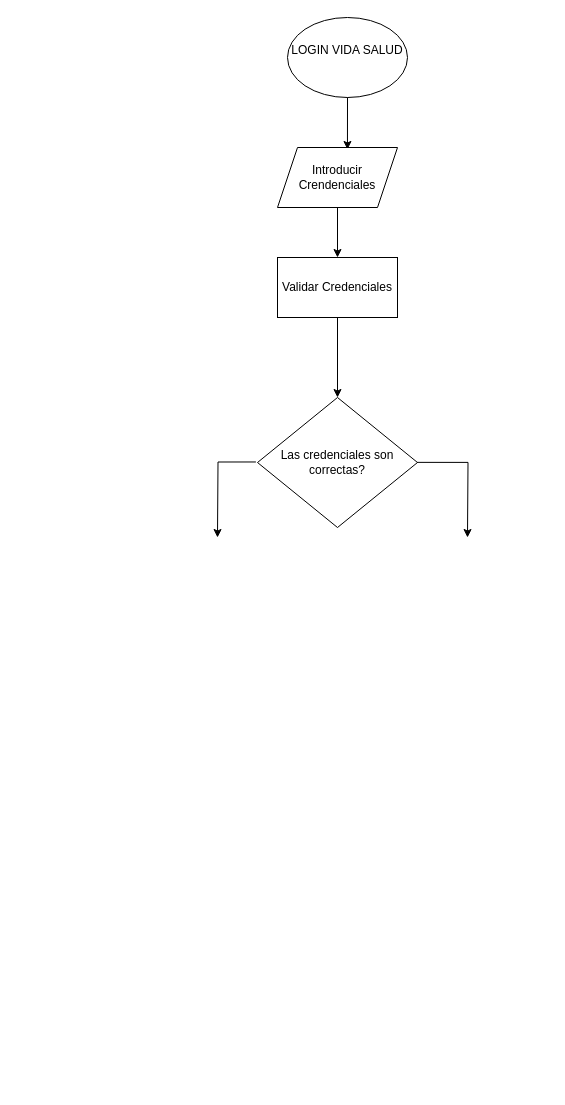
The draw.io diagram DiagramaDeFlujoVidaSalud.drawio in joaonunez/diagramasClase, before the edit. Source tidied: cells renumbered, new cells numbered last; positions are measured from the earlier drawing's top-left corner, leaving out a move shared by most shapes. Both pictures are drawn from the tidied source at 100%, with x=0, y=0 at pixel (217, 17).
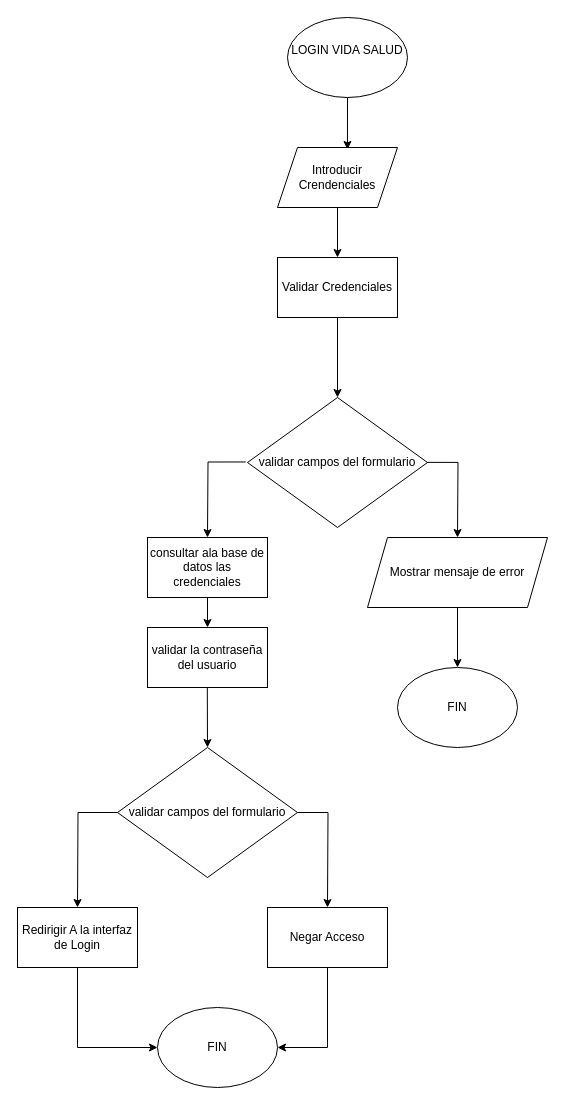
Above is the later version.

The change refers to these unchanged cells:
```xml
<mxCell id="5" value="Validar Credenciales" style="rounded=0;whiteSpace=wrap;html=1;" parent="1" vertex="1">
  <mxGeometry x="60" y="240" width="120" height="60" as="geometry" />
</mxCell>
```

Diff of the diagram source:
```diff
@@
-    <mxCell id="2" value="Las credenciales son correctas?" style="rhombus;whiteSpace=wrap;html=1;" parent="1" vertex="1">
-      <mxGeometry x="40" y="380" width="160" height="130" as="geometry" />
+    <mxCell id="2" value="validar campos del formulario" style="rhombus;whiteSpace=wrap;html=1;" parent="1" vertex="1">
+      <mxGeometry x="30" y="380" width="180" height="130" as="geometry" />
     </mxCell>
@@
-    <mxCell id="8" style="endArrow=classic;html=1;rounded=0;exitX=0.5;exitY=1;exitDx=0;exitDy=0;entryX=0.5;entryY=0;entryDx=0;entryDy=0;" parent="1" edge="1" source="5" target="2">
+    <mxCell id="8" style="endArrow=classic;html=1;rounded=0;entryX=0.5;entryY=0;entryDx=0;entryDy=0;exitX=0.5;exitY=1;exitDx=0;exitDy=0;" parent="1" edge="1" source="5" target="2">
       <mxGeometry relative="1" as="geometry" />
     </mxCell>
     <mxCell id="9" style="endArrow=classic;html=1;rounded=0;exitX=-0.01;exitY=0.496;exitDx=0;exitDy=0;exitPerimeter=0;edgeStyle=orthogonalEdgeStyle;" parent="1" edge="1" source="2">
       <mxGeometry relative="1" as="geometry">
-        <mxPoint y="520" as="targetPoint" />
+        <mxPoint x="-10" y="520" as="targetPoint" />
       </mxGeometry>
     </mxCell>
     <mxCell id="10" style="endArrow=classic;html=1;rounded=0;exitX=0.997;exitY=0.499;exitDx=0;exitDy=0;exitPerimeter=0;edgeStyle=orthogonalEdgeStyle;" parent="1" edge="1" source="2">
       <mxGeometry relative="1" as="geometry">
-        <mxPoint x="250" y="520" as="targetPoint" />
+        <mxPoint x="240" y="520" as="targetPoint" />
       </mxGeometry>
     </mxCell>
+    <mxCell id="11" value="&lt;div&gt;consultar ala base de datos las credenciales&lt;/div&gt;" style="rounded=0;whiteSpace=wrap;html=1;" parent="1" vertex="1">
+      <mxGeometry x="-70" y="520" width="120" height="60" as="geometry" />
+    </mxCell>
+    <mxCell id="12" value="validar la contraseña del usuario" style="rounded=0;whiteSpace=wrap;html=1;" parent="1" vertex="1">
+      <mxGeometry x="-70" y="610" width="120" height="60" as="geometry" />
+    </mxCell>
+    <mxCell id="13" style="endArrow=classic;html=1;rounded=0;exitX=0.5;exitY=1;exitDx=0;exitDy=0;" parent="1" edge="1" source="11" target="12">
+      <mxGeometry relative="1" as="geometry" />
+    </mxCell>
+    <mxCell id="14" value="validar campos del formulario" style="rhombus;whiteSpace=wrap;html=1;" parent="1" vertex="1">
+      <mxGeometry x="-100" y="730" width="180" height="130" as="geometry" />
+    </mxCell>
+    <mxCell id="15" style="endArrow=classic;html=1;rounded=0;edgeStyle=orthogonalEdgeStyle;" parent="1" edge="1" source="14">
+      <mxGeometry relative="1" as="geometry">
+        <mxPoint x="-140" y="890" as="targetPoint" />
+      </mxGeometry>
+    </mxCell>
+    <mxCell id="16" style="endArrow=classic;html=1;rounded=0;edgeStyle=orthogonalEdgeStyle;" parent="1" edge="1" source="14">
+      <mxGeometry relative="1" as="geometry">
+        <mxPoint x="110" y="890" as="targetPoint" />
+      </mxGeometry>
+    </mxCell>
+    <mxCell id="17" style="endArrow=classic;html=1;rounded=0;exitX=0.5;exitY=1;exitDx=0;exitDy=0;entryX=0.5;entryY=0;entryDx=0;entryDy=0;" parent="1" edge="1" target="14">
+      <mxGeometry relative="1" as="geometry">
+        <mxPoint x="-10.2" y="670" as="sourcePoint" />
+      </mxGeometry>
+    </mxCell>
+    <mxCell id="18" value="Redirigir A la interfaz de Login" style="rounded=0;whiteSpace=wrap;html=1;" parent="1" vertex="1">
+      <mxGeometry x="-200" y="890" width="120" height="60" as="geometry" />
+    </mxCell>
+    <mxCell id="19" value="Negar Acceso" style="rounded=0;whiteSpace=wrap;html=1;" parent="1" vertex="1">
+      <mxGeometry x="50" y="890" width="120" height="60" as="geometry" />
+    </mxCell>
+    <mxCell id="20" value="FIN" style="ellipse;whiteSpace=wrap;html=1;" parent="1" vertex="1">
+      <mxGeometry x="-60" y="990" width="120" height="80" as="geometry" />
+    </mxCell>
+    <mxCell id="21" style="endArrow=classic;html=1;rounded=0;edgeStyle=orthogonalEdgeStyle;exitX=0.5;exitY=1;exitDx=0;exitDy=0;entryX=0;entryY=0.5;entryDx=0;entryDy=0;" parent="1" edge="1" source="18" target="20">
+      <mxGeometry relative="1" as="geometry" />
+    </mxCell>
+    <mxCell id="22" style="endArrow=classic;html=1;rounded=0;edgeStyle=orthogonalEdgeStyle;exitX=0.5;exitY=1;exitDx=0;exitDy=0;entryX=1;entryY=0.5;entryDx=0;entryDy=0;" parent="1" edge="1" source="19" target="20">
+      <mxGeometry relative="1" as="geometry" />
+    </mxCell>
+    <mxCell id="23" value="Mostrar mensaje de error" style="shape=parallelogram;perimeter=parallelogramPerimeter;whiteSpace=wrap;html=1;fixedSize=1;" parent="1" vertex="1">
+      <mxGeometry x="150" y="520" width="180" height="70" as="geometry" />
+    </mxCell>
+    <mxCell id="24" value="FIN" style="ellipse;whiteSpace=wrap;html=1;" parent="1" vertex="1">
+      <mxGeometry x="180" y="650" width="120" height="80" as="geometry" />
+    </mxCell>
+    <mxCell id="25" style="endArrow=classic;html=1;rounded=0;exitX=0.5;exitY=1;exitDx=0;exitDy=0;entryX=0.5;entryY=0;entryDx=0;entryDy=0;" parent="1" edge="1" source="23" target="24">
+      <mxGeometry relative="1" as="geometry" />
+    </mxCell>
```
